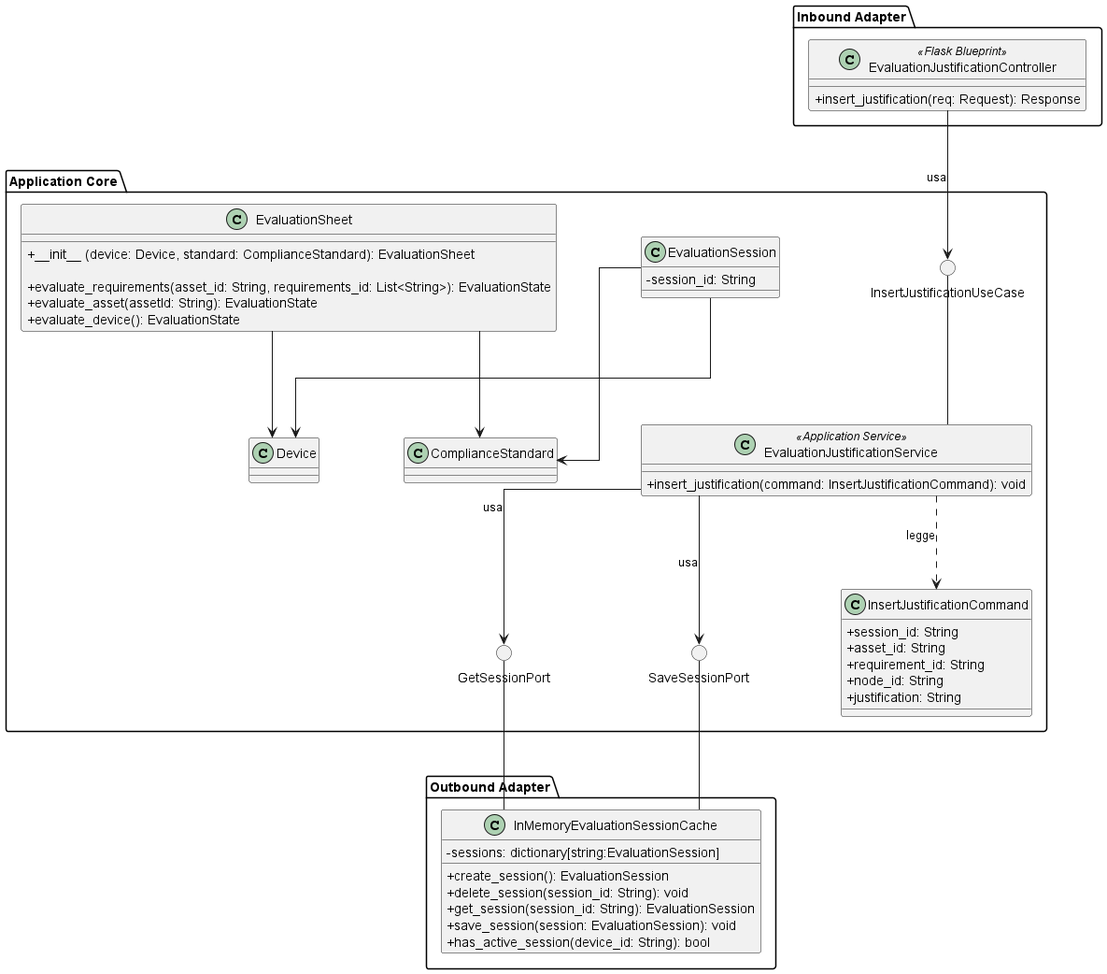
The PlantUML diagram src/PB/DocumentazioneEsterna/Specifica_Tecnica/content/uml/png/Valutazione/InsertJustification.png in GroupRubberDuck/Documentazione, before a commit.
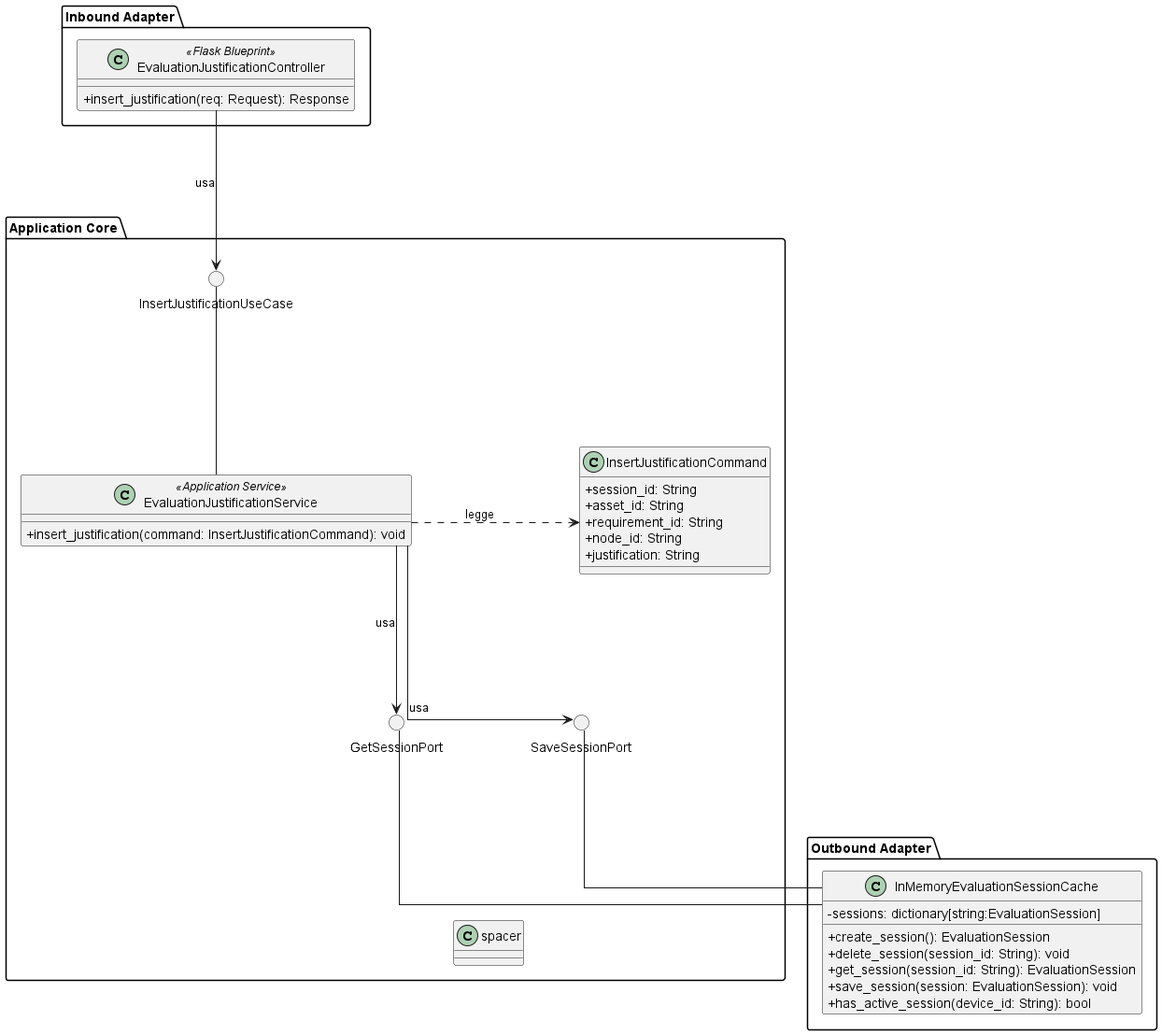
After the commit.

Diff of the diagram source:
```diff
@@ -1,47 +1,64 @@
 @startuml InsertJustification
+
 skinparam linetype ortho
-skinparam nodesep 90
-skinparam ranksep 100
+skinparam nodesep 180
+skinparam ranksep 150
 skinparam classAttributeIconSize 0
+skinparam PackagePadding 30
 
 package "Inbound Adapter" {
-    !include InboundAdapters/EvaluationJustificationController.puml
+    class EvaluationJustificationController <<Flask Blueprint>> {
+        +insert_justification(req: Request): Response
+    }
 }
 
 package "Application Core" {
 
     () "InsertJustificationUseCase"
 
-    class InsertJustificationCommand {
-        + session_id: String
-        + asset_id: String
-        + requirement_id: String
-        + node_id: String
-        + justification: String
+    class EvaluationJustificationService <<Application Service>> {
+        +insert_justification(command: InsertJustificationCommand): void
     }
 
-    !include ApplicationServices/EvaluationJustificationService.puml
+    class InsertJustificationCommand {
+        +session_id: String
+        +asset_id: String
+        +requirement_id: String
+        +node_id: String
+        +justification: String
+    }
 
+    () "GetSessionPort"
     () "SaveSessionPort"
-    () "GetSessionPort"
 
-    !include Domain/EvaluationSession.puml
-    !include Domain/EvaluationSheet.puml
+    EvaluationJustificationService -[hidden]right-------- InsertJustificationCommand
+    GetSessionPort -[hidden]right-------- SaveSessionPort
 
     EvaluationJustificationService -up- InsertJustificationUseCase
+    EvaluationJustificationService .right.> InsertJustificationCommand : legge
 
+    EvaluationJustificationService -down-> GetSessionPort : usa
     EvaluationJustificationService -down-> SaveSessionPort : usa
-    EvaluationJustificationService -down-> GetSessionPort : usa
 
-    EvaluationJustificationService ..> InsertJustificationCommand : legge
+    hide spacer
+    GetSessionPort -[hidden]down- spacer
+    SaveSessionPort -[hidden]down- spacer
 }
 
 package "Outbound Adapter" {
-    !include OutboundAdapters/InMemoryEvaluationSessionCache.puml
+    class InMemoryEvaluationSessionCache {
+        -sessions: dictionary[string:EvaluationSession]
+        +create_session(): EvaluationSession
+        +delete_session(session_id: String): void
+        +get_session(session_id: String): EvaluationSession
+        +save_session(session: EvaluationSession): void
+        +has_active_session(device_id: String): bool
+    }
 }
 
 EvaluationJustificationController -down-> InsertJustificationUseCase : usa
+
+InMemoryEvaluationSessionCache -up- GetSessionPort
 InMemoryEvaluationSessionCache -up- SaveSessionPort
-InMemoryEvaluationSessionCache -up- GetSessionPort
 
 @enduml
```
